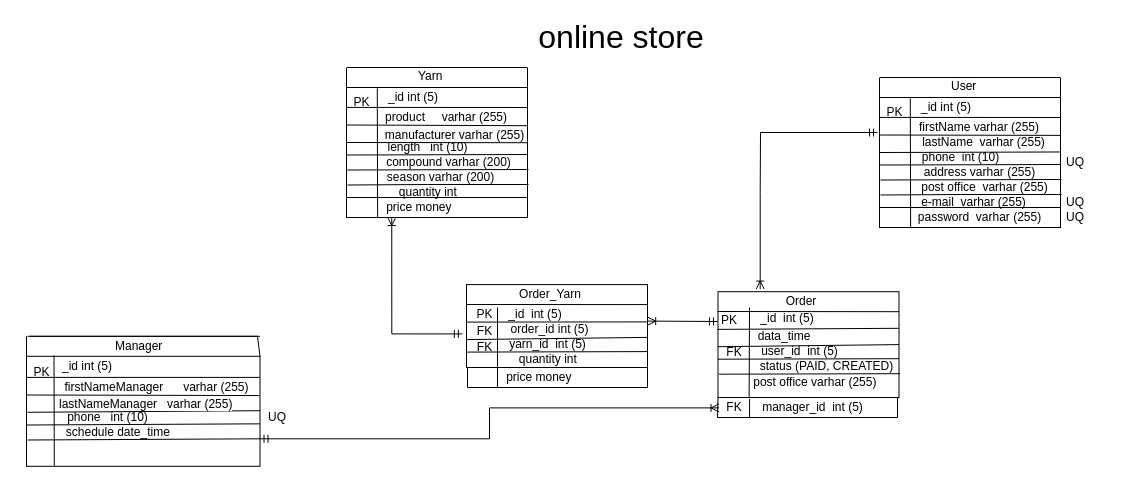
TetianaAvd/Lesson1 keeps this draw.io diagram as online store_study.drawio. Above is the earlier version. Source tidied: cells renumbered, new cells numbered last; positions are measured from the earlier drawing's top-left corner, leaving out a move shared by most shapes. Both pictures are drawn from the tidied source at 100%, with x=0, y=0 at pixel (17, 17).
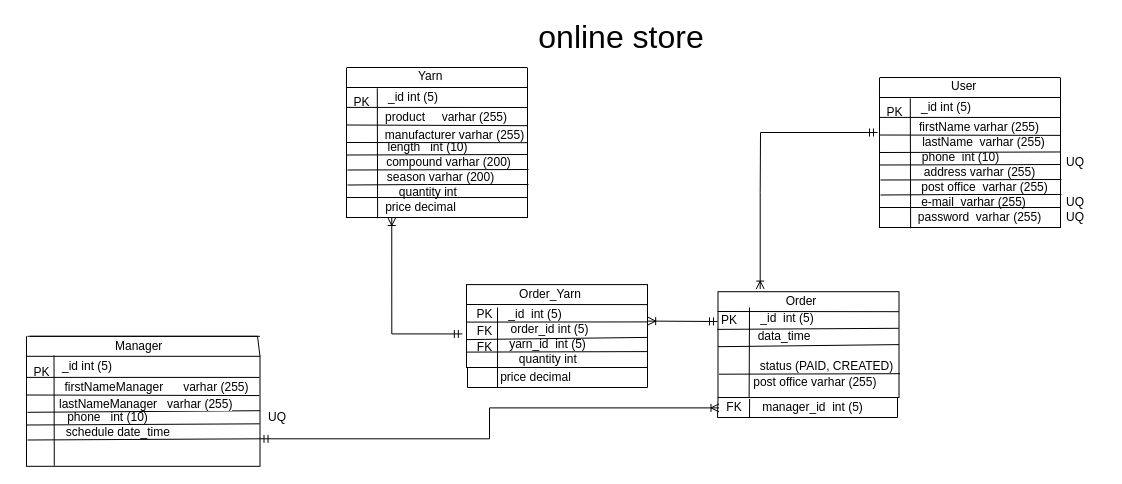
Above is the later version.

What changed in the source:
```diff
@@
-    <mxCell id="23" value="price money&amp;nbsp;" style="text;html=1;strokeColor=none;fillColor=none;align=center;verticalAlign=middle;whiteSpace=wrap;rounded=0;" parent="1" vertex="1">
+    <mxCell id="23" value="price decimal" style="text;html=1;strokeColor=none;fillColor=none;align=center;verticalAlign=middle;whiteSpace=wrap;rounded=0;" parent="1" vertex="1">
       <mxGeometry x="346" y="175" width="115" height="30" as="geometry" />
     </mxCell>
@@
-    <mxCell id="52" style="endArrow=none;html=1;rounded=0;exitX=0;exitY=0.75;exitDx=0;exitDy=0;entryX=1.008;entryY=0.199;entryDx=0;entryDy=0;entryPerimeter=0;" parent="1" edge="1">
-      <mxGeometry relative="1" as="geometry">
-        <mxPoint x="700.5" y="341.7" as="sourcePoint" />
-        <mxPoint x="881.5" y="341.2" as="targetPoint" />
-      </mxGeometry>
-    </mxCell>
-    <mxCell id="53" value="user_id&amp;nbsp; int (5)" style="text;html=1;strokeColor=none;fillColor=none;align=center;verticalAlign=middle;whiteSpace=wrap;rounded=0;" parent="1" vertex="1">
-      <mxGeometry x="731.5" y="319.2" width="101" height="30" as="geometry" />
-    </mxCell>
@@
-    <mxCell id="72" value="FK" style="text;html=1;strokeColor=none;fillColor=none;align=center;verticalAlign=middle;whiteSpace=wrap;rounded=0;" parent="1" vertex="1">
-      <mxGeometry x="701.5" y="324.2" width="30" height="20.8" as="geometry" />
-    </mxCell>
-    <mxCell id="73" value="price money&amp;nbsp;" style="text;html=1;strokeColor=none;fillColor=none;align=center;verticalAlign=middle;whiteSpace=wrap;rounded=0;" parent="1" vertex="1">
-      <mxGeometry x="466" y="345" width="115" height="30" as="geometry" />
+    <mxCell id="73" value="price decimal" style="text;html=1;strokeColor=none;fillColor=none;align=center;verticalAlign=middle;whiteSpace=wrap;rounded=0;" parent="1" vertex="1">
+      <mxGeometry x="461" y="345" width="115" height="30" as="geometry" />
     </mxCell>
```
